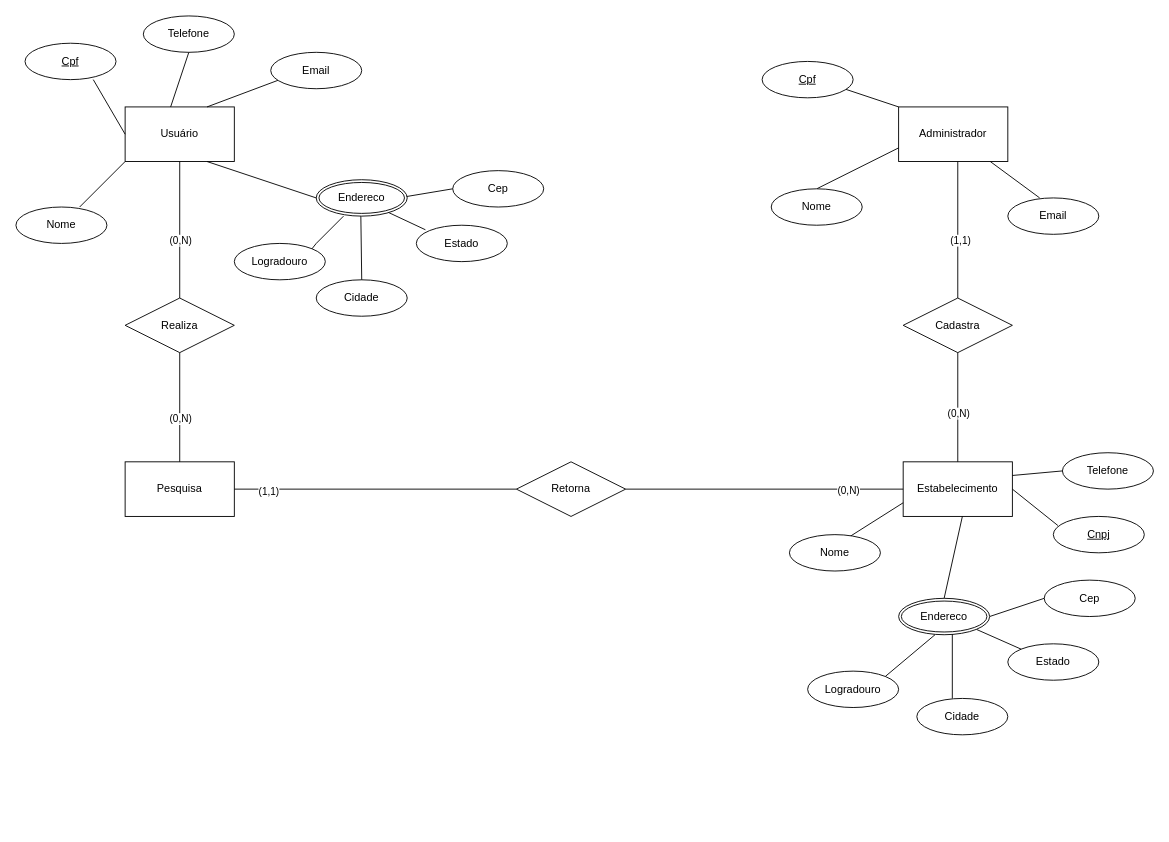
Earlier version of the draw.io diagram docs/img/Diagrama ER Fuel+.drawio (ICEI-PUC-Minas-PMV-ADS/pmv-ads-2024-1-e3-proj-mov-t4-fuel). Source tidied: cells renumbered, new cells numbered last; positions are measured from the earlier drawing's top-left corner, leaving out a move shared by most shapes. Both pictures are drawn from the tidied source at 91%, with x=0, y=0 at pixel (15, 15).
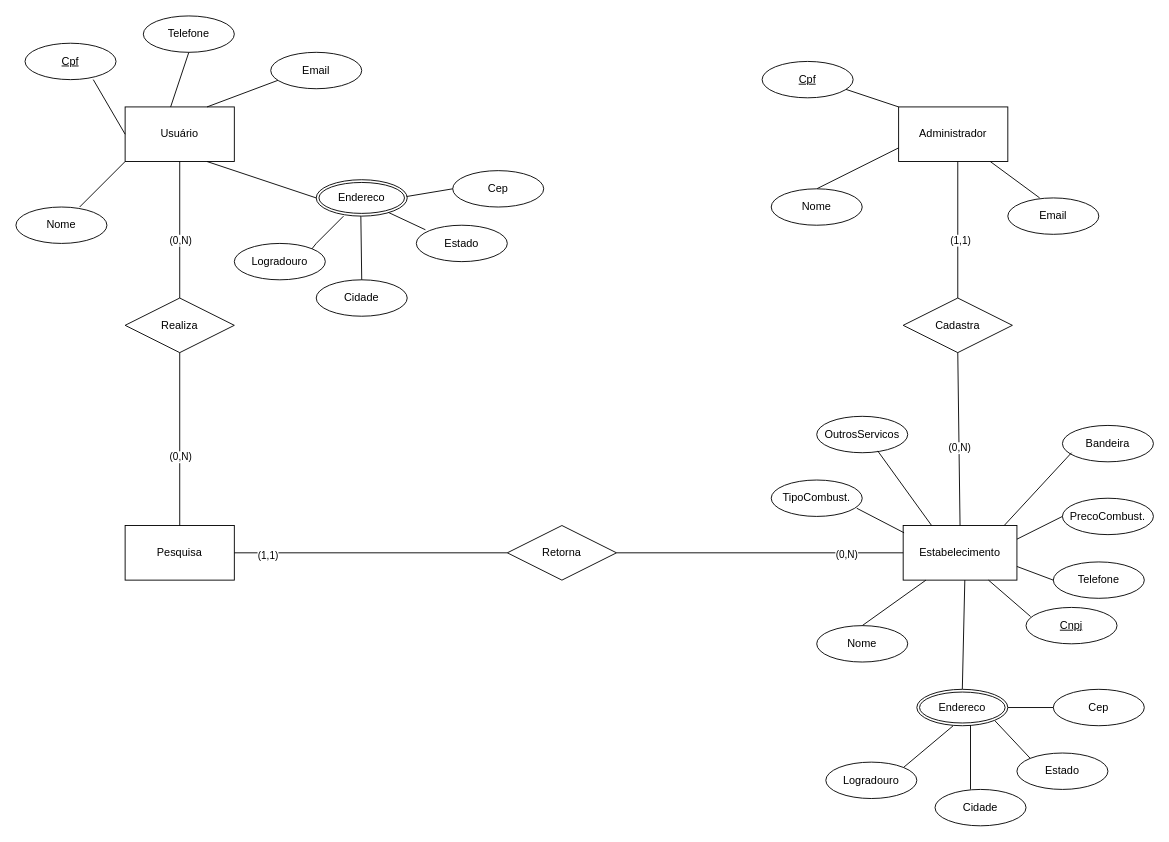
Above is the later version.

What changed in the source:
```diff
@@
     <mxCell id="3" value="Pesquisa" style="rounded=0;whiteSpace=wrap;html=1;" parent="1" vertex="1">
-      <mxGeometry x="120" y="490" width="120" height="60" as="geometry" />
+      <mxGeometry x="120" y="560" width="120" height="60" as="geometry" />
     </mxCell>
@@
     <mxCell id="5" value="Estabelecimento" style="rounded=0;whiteSpace=wrap;html=1;" parent="1" vertex="1">
-      <mxGeometry x="975" y="490" width="120" height="60" as="geometry" />
+      <mxGeometry x="975" y="560" width="125" height="60" as="geometry" />
     </mxCell>
@@
     <mxCell id="14" value="Retorna" style="shape=rhombus;perimeter=rhombusPerimeter;whiteSpace=wrap;html=1;align=center;" parent="1" vertex="1">
-      <mxGeometry x="550" y="490" width="120" height="60" as="geometry" />
+      <mxGeometry x="540" y="560" width="120" height="60" as="geometry" />
     </mxCell>
@@
     <mxCell id="28" value="Logradouro" style="ellipse;whiteSpace=wrap;html=1;align=center;" parent="1" vertex="1">
-      <mxGeometry x="870" y="720" width="100" height="40" as="geometry" />
+      <mxGeometry x="890" y="820" width="100" height="40" as="geometry" />
     </mxCell>
@@
     <mxCell id="30" value="Estado" style="ellipse;whiteSpace=wrap;html=1;align=center;" parent="1" vertex="1">
-      <mxGeometry x="1090" y="690" width="100" height="40" as="geometry" />
+      <mxGeometry x="1100" y="810" width="100" height="40" as="geometry" />
     </mxCell>
     <mxCell id="31" value="Cidade" style="ellipse;whiteSpace=wrap;html=1;align=center;" parent="1" vertex="1">
-      <mxGeometry x="990" y="750" width="100" height="40" as="geometry" />
+      <mxGeometry x="1010" y="850" width="100" height="40" as="geometry" />
     </mxCell>
     <mxCell id="32" style="endArrow=none;html=1;rounded=0;exitX=1;exitY=0;exitDx=0;exitDy=0;" parent="1" edge="1" source="28">
       <mxGeometry relative="1" as="geometry">
-        <mxPoint x="1010" y="680" as="targetPoint" />
+        <mxPoint x="1030" y="780" as="targetPoint" />
       </mxGeometry>
     </mxCell>
     <mxCell id="33" style="endArrow=none;html=1;rounded=0;entryX=0.59;entryY=0.95;entryDx=0;entryDy=0;entryPerimeter=0;" parent="1" edge="1">
       <mxGeometry relative="1" as="geometry">
-        <mxPoint x="1029" y="750" as="sourcePoint" />
-        <mxPoint x="1029" y="678" as="targetPoint" />
+        <mxPoint x="1049" y="850" as="sourcePoint" />
+        <mxPoint x="1049" y="778" as="targetPoint" />
       </mxGeometry>
     </mxCell>
     <mxCell id="34" style="endArrow=none;html=1;rounded=0;exitX=1;exitY=1;exitDx=0;exitDy=0;entryX=0;entryY=0;entryDx=0;entryDy=0;" parent="1" edge="1" target="30">
       <mxGeometry relative="1" as="geometry">
-        <mxPoint x="1055.4" y="674.1" as="sourcePoint" />
+        <mxPoint x="1075.4" y="774.1" as="sourcePoint" />
       </mxGeometry>
     </mxCell>
@@
     <mxCell id="36" value="Cep" style="ellipse;whiteSpace=wrap;html=1;align=center;" parent="1" vertex="1">
-      <mxGeometry x="1130" y="620" width="100" height="40" as="geometry" />
+      <mxGeometry x="1140" y="740" width="100" height="40" as="geometry" />
     </mxCell>
-    <mxCell id="37" style="endArrow=none;html=1;rounded=0;exitX=1;exitY=0.5;exitDx=0;exitDy=0;entryX=0;entryY=0.5;entryDx=0;entryDy=0;" parent="1" edge="1">
+    <mxCell id="37" style="endArrow=none;html=1;rounded=0;exitX=1;exitY=0.5;exitDx=0;exitDy=0;entryX=0;entryY=0.5;entryDx=0;entryDy=0;" parent="1" edge="1" target="36">
       <mxGeometry relative="1" as="geometry">
-        <mxPoint x="1070" y="660" as="sourcePoint" />
-        <mxPoint x="1130" y="640" as="targetPoint" />
+        <mxPoint x="1090" y="760" as="sourcePoint" />
       </mxGeometry>
     </mxCell>
-    <mxCell id="38" style="endArrow=none;html=1;rounded=0;exitX=1;exitY=0.5;exitDx=0;exitDy=0;entryX=0.05;entryY=0.25;entryDx=0;entryDy=0;entryPerimeter=0;" parent="1" edge="1" source="5" target="55">
+    <mxCell id="38" style="endArrow=none;html=1;rounded=0;exitX=0.75;exitY=1;exitDx=0;exitDy=0;entryX=0.05;entryY=0.25;entryDx=0;entryDy=0;entryPerimeter=0;" parent="1" edge="1" source="5" target="55">
       <mxGeometry relative="1" as="geometry" />
     </mxCell>
-    <mxCell id="39" style="endArrow=none;html=1;rounded=0;exitX=1;exitY=0;exitDx=0;exitDy=0;entryX=0;entryY=0.75;entryDx=0;entryDy=0;" parent="1" edge="1" target="5">
+    <mxCell id="39" style="endArrow=none;html=1;rounded=0;exitX=0.5;exitY=0;exitDx=0;exitDy=0;" parent="1" edge="1" source="40">
       <mxGeometry relative="1" as="geometry">
-        <mxPoint x="910.4" y="575.9" as="sourcePoint" />
+        <mxPoint x="1000" y="620" as="targetPoint" />
       </mxGeometry>
     </mxCell>
     <mxCell id="40" value="Nome" style="ellipse;whiteSpace=wrap;html=1;align=center;" parent="1" vertex="1">
-      <mxGeometry x="850" y="570" width="100" height="40" as="geometry" />
+      <mxGeometry x="880" y="670" width="100" height="40" as="geometry" />
     </mxCell>
@@
-    <mxCell id="49" style="endArrow=none;html=1;rounded=0;entryX=0;entryY=0.5;entryDx=0;entryDy=0;" parent="1" edge="1" target="5">
-      <mxGeometry relative="1" as="geometry">
-        <mxPoint x="670" y="520" as="sourcePoint" />
-      </mxGeometry>
+    <mxCell id="49" style="endArrow=none;html=1;rounded=0;entryX=0;entryY=0.5;entryDx=0;entryDy=0;" parent="1" edge="1" source="14" target="5">
+      <mxGeometry relative="1" as="geometry" />
     </mxCell>
@@
     <mxCell id="51" style="endArrow=none;html=1;rounded=0;exitX=1;exitY=0.5;exitDx=0;exitDy=0;" parent="1" edge="1" source="3">
       <mxGeometry relative="1" as="geometry">
-        <mxPoint x="550" y="520" as="targetPoint" />
+        <mxPoint x="540" y="590" as="targetPoint" />
       </mxGeometry>
     </mxCell>
@@
     <mxCell id="54" value="Endereco" style="ellipse;shape=doubleEllipse;margin=3;whiteSpace=wrap;html=1;align=center;" parent="1" vertex="1">
-      <mxGeometry x="970" y="640" width="100" height="40" as="geometry" />
+      <mxGeometry x="990" y="740" width="100" height="40" as="geometry" />
     </mxCell>
     <mxCell id="55" value="Cnpj" style="ellipse;whiteSpace=wrap;html=1;align=center;fontStyle=4;" parent="1" vertex="1">
-      <mxGeometry x="1140" y="550" width="100" height="40" as="geometry" />
+      <mxGeometry x="1110" y="650" width="100" height="40" as="geometry" />
     </mxCell>
@@
     <mxCell id="59" value="Telefone" style="ellipse;whiteSpace=wrap;html=1;align=center;" parent="1" vertex="1">
-      <mxGeometry x="1150" y="480" width="100" height="40" as="geometry" />
+      <mxGeometry x="1140" y="600" width="100" height="40" as="geometry" />
     </mxCell>
-    <mxCell id="60" style="endArrow=none;html=1;rounded=0;entryX=0;entryY=0.5;entryDx=0;entryDy=0;exitX=1;exitY=0.25;exitDx=0;exitDy=0;" parent="1" edge="1" source="5" target="59">
+    <mxCell id="60" style="endArrow=none;html=1;rounded=0;entryX=0;entryY=0.5;entryDx=0;entryDy=0;exitX=1;exitY=0.75;exitDx=0;exitDy=0;" parent="1" edge="1" source="5" target="59">
       <mxGeometry relative="1" as="geometry" />
     </mxCell>
+    <mxCell id="61" value="OutrosServicos" style="ellipse;whiteSpace=wrap;html=1;align=center;" parent="1" vertex="1">
+      <mxGeometry x="880" y="440" width="100" height="40" as="geometry" />
+    </mxCell>
+    <mxCell id="62" value="TipoCombust." style="ellipse;whiteSpace=wrap;html=1;align=center;" parent="1" vertex="1">
+      <mxGeometry x="830" y="510" width="100" height="40" as="geometry" />
+    </mxCell>
+    <mxCell id="63" value="Bandeira" style="ellipse;whiteSpace=wrap;html=1;align=center;" parent="1" vertex="1">
+      <mxGeometry x="1150" y="450" width="100" height="40" as="geometry" />
+    </mxCell>
+    <mxCell id="64" value="PrecoCombust." style="ellipse;whiteSpace=wrap;html=1;align=center;" parent="1" vertex="1">
+      <mxGeometry x="1150" y="530" width="100" height="40" as="geometry" />
+    </mxCell>
+    <mxCell id="65" style="endArrow=none;html=1;rounded=0;exitX=0.94;exitY=0.775;exitDx=0;exitDy=0;exitPerimeter=0;entryX=0.008;entryY=0.133;entryDx=0;entryDy=0;entryPerimeter=0;" parent="1" edge="1" source="62" target="5">
+      <mxGeometry relative="1" as="geometry" />
+    </mxCell>
+    <mxCell id="66" style="endArrow=none;html=1;rounded=0;exitX=1;exitY=0.25;exitDx=0;exitDy=0;entryX=0;entryY=0.5;entryDx=0;entryDy=0;" parent="1" edge="1" source="5" target="64">
+      <mxGeometry relative="1" as="geometry" />
+    </mxCell>
+    <mxCell id="67" style="endArrow=none;html=1;rounded=0;entryX=0.67;entryY=0.95;entryDx=0;entryDy=0;entryPerimeter=0;exitX=0.25;exitY=0;exitDx=0;exitDy=0;" parent="1" edge="1" source="5" target="61">
+      <mxGeometry relative="1" as="geometry" />
+    </mxCell>
+    <mxCell id="68" style="endArrow=none;html=1;rounded=0;exitX=0.888;exitY=0;exitDx=0;exitDy=0;exitPerimeter=0;" parent="1" edge="1" source="5">
+      <mxGeometry relative="1" as="geometry">
+        <mxPoint x="1160" y="480" as="targetPoint" />
+      </mxGeometry>
+    </mxCell>
```
